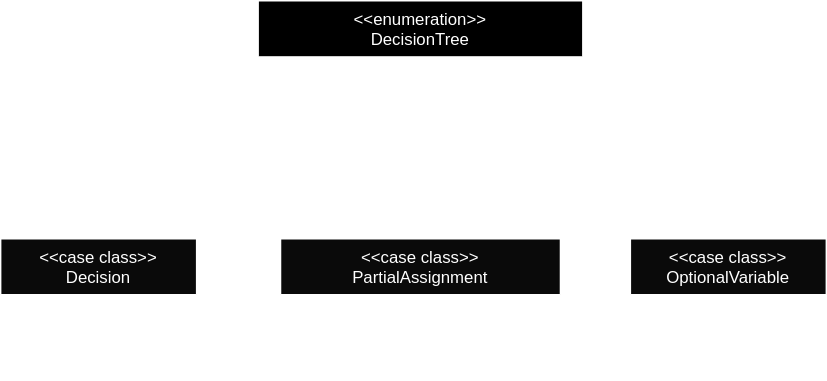
Above: doc/report/img/solver/solver_design.svg in Mala1180/PPS-22-satify (draw.io), before the change. Source tidied: cells renumbered, new cells last; positions are measured from the earlier drawing's top-left corner, leaving out a move shared by most shapes.
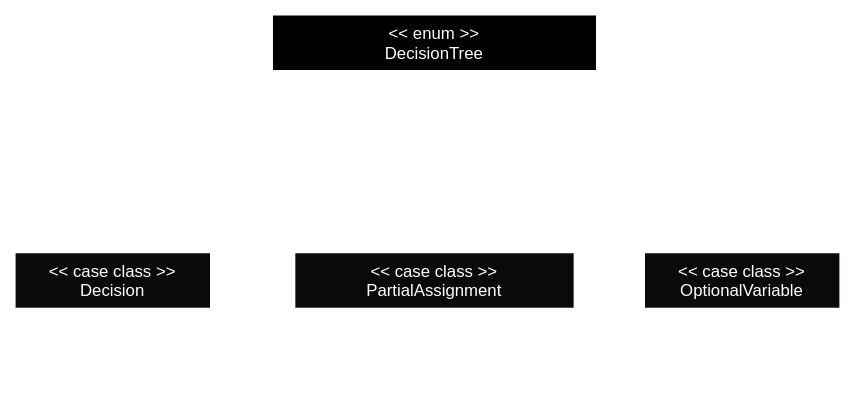
The same diagram one commit later.

Diff of the diagram source:
```diff
@@ -2,7 +2,7 @@
   <root>
     <mxCell id="0" />
     <mxCell id="1" parent="0" />
-    <mxCell id="2" value="&lt;&lt;enumeration&gt;&gt;&#10;DecisionTree" style="swimlane;fontStyle=0;align=center;verticalAlign=top;horizontal=1;startSize=40;rounded=0;shadow=0;strokeWidth=1;fillColor=default;fontFamily=Helvetica;fontSize=12;fontColor=#000000;" parent="1" vertex="1">
+    <mxCell id="2" value="&lt;&lt; enum &gt;&gt;&#10;DecisionTree" style="swimlane;fontStyle=0;align=center;verticalAlign=top;horizontal=1;startSize=40;rounded=0;shadow=0;strokeWidth=1;fillColor=default;fontFamily=Helvetica;fontSize=12;fontColor=#000000;" parent="1" vertex="1">
       <mxGeometry x="184" width="232" height="110" as="geometry" />
     </mxCell>
     <mxCell id="3" value="Leaf(d: Decision)" style="text;align=left;verticalAlign=top;spacingLeft=4;spacingRight=4;overflow=hidden;fontStyle=0;fontFamily=Helvetica;fontSize=12;fontColor=#000000;" parent="2" vertex="1">
@@ -11,7 +11,7 @@
     <mxCell id="4" value="Branch(d: Decision, left: DecisionTree,&#10;    right: DecisionTree)" style="text;align=left;verticalAlign=top;spacingLeft=4;spacingRight=4;overflow=hidden;points=[[0,0.5],[1,0.5]];portConstraint=eastwest;fontStyle=0;fontFamily=Helvetica;fontSize=12;fontColor=#000000;" parent="2" vertex="1">
       <mxGeometry y="66" width="232" height="44" as="geometry" />
     </mxCell>
-    <mxCell id="5" value="&lt;&lt;case class&gt;&gt;&#10;Decision" style="swimlane;fontStyle=0;align=center;verticalAlign=top;horizontal=1;startSize=40;rounded=0;shadow=0;strokeWidth=1;fontFamily=Helvetica;fontSize=12;fillColor=#f5f5f5;strokeColor=#000000;fontColor=#000000;" parent="1" vertex="1">
+    <mxCell id="5" value="&lt;&lt; case class &gt;&gt;&#10;Decision" style="swimlane;fontStyle=0;align=center;verticalAlign=top;horizontal=1;startSize=40;rounded=0;shadow=0;strokeWidth=1;fontFamily=Helvetica;fontSize=12;fillColor=#f5f5f5;strokeColor=#000000;fontColor=#000000;" parent="1" vertex="1">
       <mxGeometry y="170" width="140" height="100" as="geometry" />
     </mxCell>
     <mxCell id="6" value="pa: PartialAssignment" style="text;align=left;verticalAlign=top;spacingLeft=4;spacingRight=4;overflow=hidden;points=[[0,0.5],[1,0.5]];portConstraint=eastwest;fontStyle=0;fontFamily=Helvetica;fontSize=12;fontColor=#000000;" parent="5" vertex="1">
@@ -23,7 +23,7 @@
     <mxCell id="8" style="line;html=1;strokeWidth=1;align=left;verticalAlign=middle;spacingTop=-1;spacingLeft=3;spacingRight=3;labelPosition=right;fontFamily=Helvetica;fontStyle=0;fontSize=12;fillColor=#f5f5f5;strokeColor=#000000;fontColor=#000000;" parent="5" vertex="1">
       <mxGeometry y="92" width="140" height="8" as="geometry" />
     </mxCell>
-    <mxCell id="9" value="&lt;&lt;case class&gt;&gt;&#10;PartialAssignment" style="swimlane;fontStyle=0;align=center;verticalAlign=top;horizontal=1;startSize=40;rounded=0;shadow=0;strokeWidth=1;fontFamily=Helvetica;fontSize=12;fillColor=#f5f5f5;strokeColor=#000000;fontColor=#000000;" parent="1" vertex="1">
+    <mxCell id="9" value="&lt;&lt; case class &gt;&gt;&#10;PartialAssignment" style="swimlane;fontStyle=0;align=center;verticalAlign=top;horizontal=1;startSize=40;rounded=0;shadow=0;strokeWidth=1;fontFamily=Helvetica;fontSize=12;fillColor=#f5f5f5;strokeColor=#000000;fontColor=#000000;" parent="1" vertex="1">
       <mxGeometry x="200" y="170" width="200" height="100" as="geometry" />
     </mxCell>
     <mxCell id="10" value="optVariables: List[OptionalVariable]" style="text;align=left;verticalAlign=top;spacingLeft=4;spacingRight=4;overflow=hidden;points=[[0,0.5],[1,0.5]];portConstraint=eastwest;fontStyle=0;fontFamily=Helvetica;fontSize=12;fontColor=#000000;" parent="9" vertex="1">
@@ -35,7 +35,7 @@
     <mxCell id="12" style="line;html=1;strokeWidth=1;align=left;verticalAlign=middle;spacingTop=-1;spacingLeft=3;spacingRight=3;labelPosition=right;fontFamily=Helvetica;fontStyle=0;fontSize=12;fillColor=#f5f5f5;strokeColor=#000000;fontColor=#000000;" parent="9" vertex="1">
       <mxGeometry y="92" width="200" height="8" as="geometry" />
     </mxCell>
-    <mxCell id="13" value="&lt;&lt;case class&gt;&gt;&#10;OptionalVariable" style="swimlane;fontStyle=0;align=center;verticalAlign=top;horizontal=1;startSize=40;rounded=0;shadow=0;strokeWidth=1;fontFamily=Helvetica;fontSize=12;fillColor=#f5f5f5;strokeColor=#000000;fontColor=#000000;" parent="1" vertex="1">
+    <mxCell id="13" value="&lt;&lt; case class &gt;&gt;&#10;OptionalVariable" style="swimlane;fontStyle=0;align=center;verticalAlign=top;horizontal=1;startSize=40;rounded=0;shadow=0;strokeWidth=1;fontFamily=Helvetica;fontSize=12;fillColor=#f5f5f5;strokeColor=#000000;fontColor=#000000;" parent="1" vertex="1">
       <mxGeometry x="450" y="170" width="140" height="100" as="geometry" />
     </mxCell>
     <mxCell id="14" value="name: String" style="text;align=left;verticalAlign=top;spacingLeft=4;spacingRight=4;overflow=hidden;points=[[0,0.5],[1,0.5]];portConstraint=eastwest;fontStyle=0;fontFamily=Helvetica;fontSize=12;fontColor=#000000;" parent="13" vertex="1">
```
